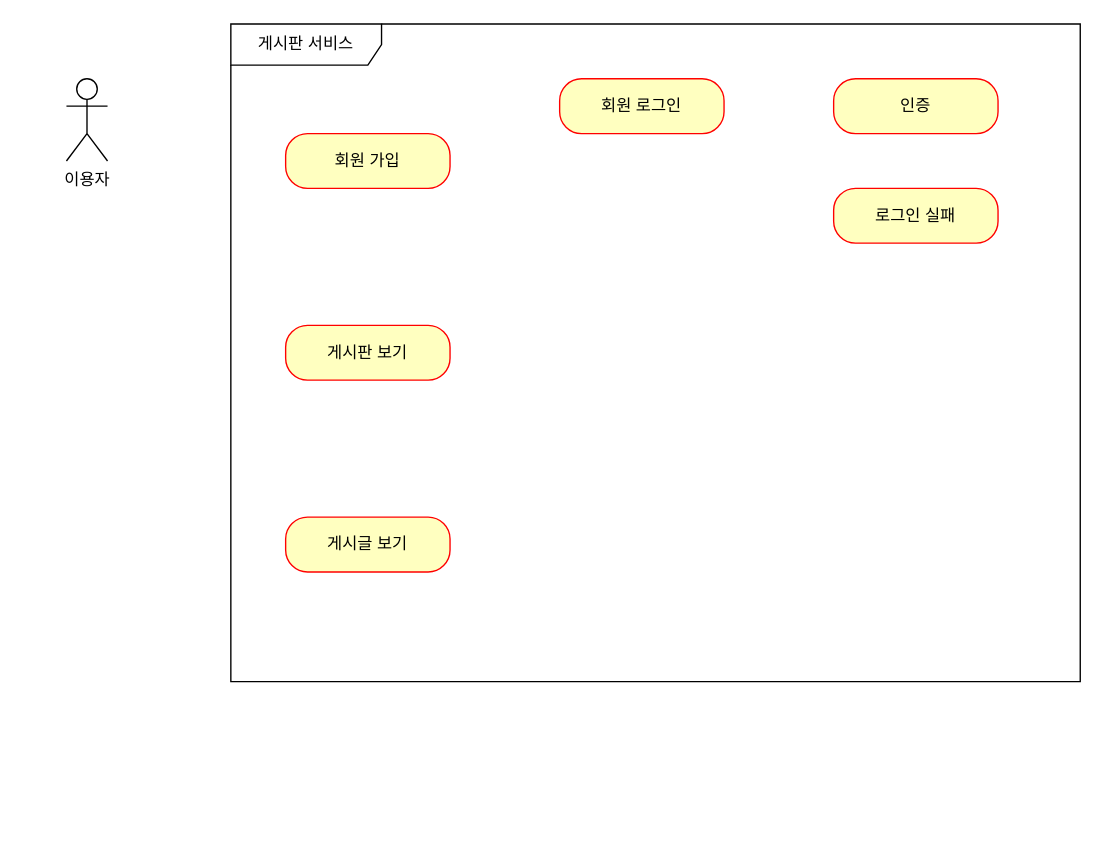
This is document/제목 없는 다이어그램.drawio from pch573/fastcampus-project-board, a draw.io file, before an edit. Source tidied: cells renumbered, new cells numbered last; positions are measured from the earlier drawing's top-left corner, leaving out a move shared by most shapes. Both pictures are drawn from the tidied source at 137%, with x=0, y=0 at pixel (66, 23).
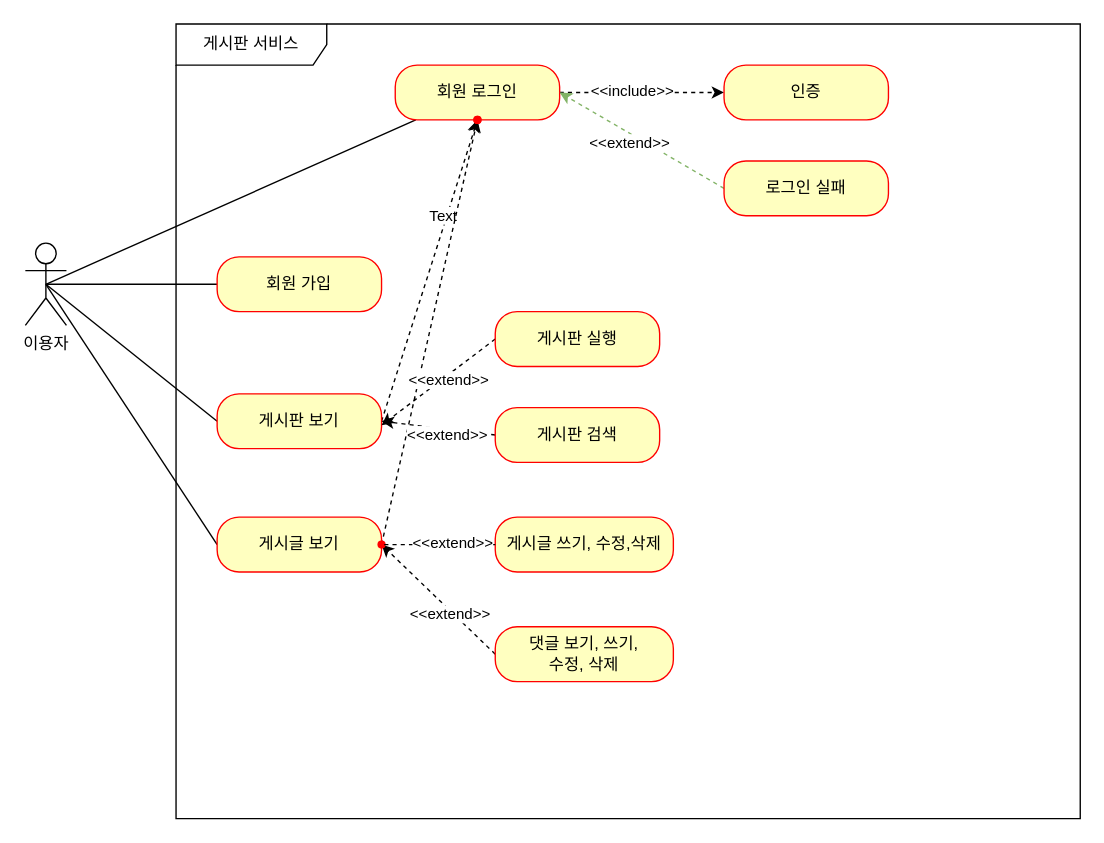
Above is the later version.

Commit message:
제목 없는 다이어그램.drawio 업데이트

What changed in the source:
```diff
@@
     <mxCell id="2" value="이용자" style="shape=umlActor;verticalLabelPosition=bottom;verticalAlign=top;html=1;" parent="1" vertex="1">
-      <mxGeometry y="40" width="30" height="60" as="geometry" />
+      <mxGeometry x="-30" y="160" width="30" height="60" as="geometry" />
     </mxCell>
     <mxCell id="3" value="게시판 서비스" style="shape=umlFrame;whiteSpace=wrap;html=1;width=110;height=30;" parent="1" vertex="1">
-      <mxGeometry x="120" width="620" height="480" as="geometry" />
+      <mxGeometry x="80" width="660" height="580" as="geometry" />
     </mxCell>
+    <mxCell id="10" style="rounded=0;jettySize=auto;html=1;endArrow=none;endFill=0;entryX=0.5;entryY=0.5;entryDx=0;entryDy=0;entryPerimeter=0;" parent="1" edge="1" source="4" target="2">
+      <mxGeometry relative="1" as="geometry" />
+    </mxCell>
     <mxCell id="4" value="회원 가입" style="rounded=1;whiteSpace=wrap;html=1;arcSize=40;fontColor=#000000;fillColor=#ffffc0;strokeColor=#ff0000;" parent="1" vertex="1">
-      <mxGeometry x="160" y="80" width="120" height="40" as="geometry" />
+      <mxGeometry x="110" y="170" width="120" height="40" as="geometry" />
     </mxCell>
+    <mxCell id="11" style="edgeStyle=none;rounded=0;jettySize=auto;html=1;entryX=0.5;entryY=0.5;entryDx=0;entryDy=0;entryPerimeter=0;endArrow=none;endFill=0;exitX=0;exitY=0.5;exitDx=0;exitDy=0;" parent="1" edge="1" source="5" target="2">
+      <mxGeometry relative="1" as="geometry" />
+    </mxCell>
+    <mxCell id="12" style="edgeStyle=none;rounded=0;jettySize=auto;html=1;dashed=1;endArrow=classic;endFill=1;exitX=1;exitY=0.5;exitDx=0;exitDy=0;" parent="1" edge="1" source="5" target="32">
+      <mxGeometry relative="1" as="geometry" />
+    </mxCell>
+    <mxCell id="13" value="Text" style="edgeLabel;html=1;align=center;verticalAlign=middle;" parent="12" vertex="1">
+      <mxGeometry x="0.36" y="3" relative="1" as="geometry" />
+    </mxCell>
     <mxCell id="5" value="게시판 보기" style="rounded=1;whiteSpace=wrap;html=1;arcSize=40;fontColor=#000000;fillColor=#ffffc0;strokeColor=#ff0000;" parent="1" vertex="1">
-      <mxGeometry x="160" y="220" width="120" height="40" as="geometry" />
+      <mxGeometry x="110" y="270" width="120" height="40" as="geometry" />
     </mxCell>
+    <mxCell id="14" style="edgeStyle=none;rounded=0;jettySize=auto;html=1;entryX=0.5;entryY=0.5;entryDx=0;entryDy=0;entryPerimeter=0;endArrow=none;endFill=0;exitX=0;exitY=0.5;exitDx=0;exitDy=0;" parent="1" edge="1" source="6" target="2">
+      <mxGeometry relative="1" as="geometry" />
+    </mxCell>
+    <mxCell id="15" style="edgeStyle=none;rounded=0;jettySize=auto;html=1;dashed=1;endArrow=classic;endFill=1;exitX=1;exitY=0.5;exitDx=0;exitDy=0;" parent="1" edge="1" source="6" target="33">
+      <mxGeometry relative="1" as="geometry" />
+    </mxCell>
     <mxCell id="6" value="게시글 보기" style="rounded=1;whiteSpace=wrap;html=1;arcSize=40;fontColor=#000000;fillColor=#ffffc0;strokeColor=#ff0000;" parent="1" vertex="1">
-      <mxGeometry x="160" y="360" width="120" height="40" as="geometry" />
+      <mxGeometry x="110" y="360" width="120" height="40" as="geometry" />
     </mxCell>
+    <mxCell id="16" style="edgeStyle=none;rounded=0;jettySize=auto;html=1;entryX=0.5;entryY=0.5;entryDx=0;entryDy=0;entryPerimeter=0;endArrow=none;endFill=0;" parent="1" edge="1" source="7" target="2">
+      <mxGeometry relative="1" as="geometry" />
+    </mxCell>
+    <mxCell id="17" style="edgeStyle=none;rounded=0;jettySize=auto;html=1;endArrow=classic;endFill=1;dashed=1;entryX=0;entryY=0.5;entryDx=0;entryDy=0;" parent="1" edge="1" target="8">
+      <mxGeometry relative="1" as="geometry">
+        <mxPoint x="360" y="50" as="sourcePoint" />
+      </mxGeometry>
+    </mxCell>
+    <mxCell id="18" value="&amp;lt;&amp;lt;include&amp;gt;&amp;gt;" style="edgeLabel;html=1;align=center;verticalAlign=middle;" parent="17" vertex="1">
+      <mxGeometry x="-0.45" y="-1" relative="1" as="geometry">
+        <mxPoint x="19" y="-3" as="offset" />
+      </mxGeometry>
+    </mxCell>
     <mxCell id="7" value="회원 로그인" style="rounded=1;whiteSpace=wrap;html=1;arcSize=40;fontColor=#000000;fillColor=#ffffc0;strokeColor=#ff0000;" parent="1" vertex="1">
-      <mxGeometry x="360" y="40" width="120" height="40" as="geometry" />
+      <mxGeometry x="240" y="30" width="120" height="40" as="geometry" />
     </mxCell>
     <mxCell id="8" value="인증" style="rounded=1;whiteSpace=wrap;html=1;arcSize=40;fontColor=#000000;fillColor=#ffffc0;strokeColor=#ff0000;" parent="1" vertex="1">
-      <mxGeometry x="560" y="40" width="120" height="40" as="geometry" />
+      <mxGeometry x="480" y="30" width="120" height="40" as="geometry" />
     </mxCell>
+    <mxCell id="19" style="edgeStyle=none;rounded=0;jettySize=auto;html=1;entryX=1;entryY=0.5;entryDx=0;entryDy=0;endArrow=classic;endFill=1;exitX=0;exitY=0.5;exitDx=0;exitDy=0;dashed=1;fillColor=#d5e8d4;strokeColor=#82b366;" parent="1" edge="1" source="9" target="7">
+      <mxGeometry relative="1" as="geometry" />
+    </mxCell>
+    <mxCell id="20" value="&amp;lt;&amp;lt;extend&amp;gt;&amp;gt;" style="edgeLabel;html=1;align=center;verticalAlign=middle;" parent="19" vertex="1">
+      <mxGeometry x="-0.43" y="3" relative="1" as="geometry">
+        <mxPoint x="-33" y="-16" as="offset" />
+      </mxGeometry>
+    </mxCell>
     <mxCell id="9" value="로그인 실패" style="rounded=1;whiteSpace=wrap;html=1;arcSize=40;fontColor=#000000;fillColor=#ffffc0;strokeColor=#ff0000;" parent="1" vertex="1">
-      <mxGeometry x="560" y="120" width="120" height="40" as="geometry" />
+      <mxGeometry x="480" y="100" width="120" height="40" as="geometry" />
     </mxCell>
+    <mxCell id="21" style="edgeStyle=none;rounded=0;jettySize=auto;html=1;dashed=1;endArrow=classic;endFill=1;exitX=0;exitY=0.5;exitDx=0;exitDy=0;" parent="1" edge="1" source="23">
+      <mxGeometry relative="1" as="geometry">
+        <mxPoint x="230" y="292.9" as="targetPoint" />
+      </mxGeometry>
+    </mxCell>
+    <mxCell id="22" value="&amp;lt;&amp;lt;extend&amp;gt;&amp;gt;" style="edgeLabel;html=1;align=center;verticalAlign=middle;" parent="21" vertex="1">
+      <mxGeometry x="-0.14" y="3" relative="1" as="geometry" />
+    </mxCell>
+    <mxCell id="23" value="게시판 실행" style="rounded=1;whiteSpace=wrap;html=1;arcSize=40;fontColor=#000000;fillColor=#ffffc0;strokeColor=#ff0000;" parent="1" vertex="1">
+      <mxGeometry x="313" y="210" width="120" height="40" as="geometry" />
+    </mxCell>
+    <mxCell id="24" style="edgeStyle=none;rounded=0;jettySize=auto;html=1;dashed=1;endArrow=classic;endFill=1;exitX=0;exitY=0.5;exitDx=0;exitDy=0;" parent="1" edge="1" source="26">
+      <mxGeometry relative="1" as="geometry">
+        <mxPoint x="230" y="290" as="targetPoint" />
+      </mxGeometry>
+    </mxCell>
+    <mxCell id="25" value="&amp;lt;&amp;lt;extend&amp;gt;&amp;gt;" style="edgeLabel;html=1;align=center;verticalAlign=middle;" parent="24" vertex="1">
+      <mxGeometry x="-0.17" y="4" relative="1" as="geometry" />
+    </mxCell>
+    <mxCell id="26" value="게시판 검색" style="rounded=1;whiteSpace=wrap;html=1;arcSize=40;fontColor=#000000;fillColor=#ffffc0;strokeColor=#ff0000;" parent="1" vertex="1">
+      <mxGeometry x="313" y="280" width="120" height="40" as="geometry" />
+    </mxCell>
+    <mxCell id="27" style="edgeStyle=none;rounded=0;jettySize=auto;html=1;dashed=1;endArrow=classic;endFill=1;startArrow=none;" parent="1" edge="1" source="34" target="6">
+      <mxGeometry relative="1" as="geometry" />
+    </mxCell>
+    <mxCell id="28" value="게시글 쓰기, 수정,삭제" style="rounded=1;whiteSpace=wrap;html=1;arcSize=40;fontColor=#000000;fillColor=#ffffc0;strokeColor=#ff0000;" parent="1" vertex="1">
+      <mxGeometry x="313" y="360" width="130" height="40" as="geometry" />
+    </mxCell>
+    <mxCell id="29" style="edgeStyle=none;rounded=0;jettySize=auto;html=1;dashed=1;endArrow=classic;endFill=1;exitX=0;exitY=0.5;exitDx=0;exitDy=0;" parent="1" edge="1" source="31" target="34">
+      <mxGeometry relative="1" as="geometry" />
+    </mxCell>
+    <mxCell id="30" value="&amp;lt;&amp;lt;extend&amp;gt;&amp;gt;" style="edgeLabel;html=1;align=center;verticalAlign=middle;" parent="29" vertex="1">
+      <mxGeometry x="-0.22" y="2" relative="1" as="geometry" />
+    </mxCell>
+    <mxCell id="31" value="댓글 보기, 쓰기, &lt;br&gt;수정,&amp;nbsp;삭제" style="rounded=1;whiteSpace=wrap;html=1;arcSize=40;fontColor=#000000;fillColor=#ffffc0;strokeColor=#ff0000;" parent="1" vertex="1">
+      <mxGeometry x="313" y="440" width="130" height="40" as="geometry" />
+    </mxCell>
+    <mxCell id="32" style="shape=waypoint;sketch=0;size=6;points=[];fillColor=#ffffc0;perimeter=centerPerimeter;snapToPoint=1;strokeColor=#ff0000;fontColor=#000000;rounded=1;arcSize=40;" parent="1" vertex="1">
+      <mxGeometry x="280" y="50" width="40" height="40" as="geometry" />
+    </mxCell>
+    <mxCell id="33" style="shape=waypoint;sketch=0;size=6;points=[];fillColor=#ffffc0;perimeter=centerPerimeter;snapToPoint=1;strokeColor=#ff0000;fontColor=#000000;rounded=1;arcSize=40;" parent="1" vertex="1">
+      <mxGeometry x="280" y="50" width="40" height="40" as="geometry" />
+    </mxCell>
+    <mxCell id="34" style="shape=waypoint;sketch=0;size=6;points=[];fillColor=#ffffc0;perimeter=centerPerimeter;snapToPoint=1;strokeColor=#ff0000;fontColor=#000000;rounded=1;arcSize=40;" parent="1" vertex="1">
+      <mxGeometry x="210" y="360" width="40" height="40" as="geometry" />
+    </mxCell>
+    <mxCell id="35" style="edgeStyle=none;rounded=0;jettySize=auto;html=1;dashed=1;endArrow=none;endFill=1;" parent="1" edge="1" source="28" target="34">
+      <mxGeometry relative="1" as="geometry" />
+    </mxCell>
+    <mxCell id="36" value="&amp;lt;&amp;lt;extend&amp;gt;&amp;gt;" style="edgeLabel;html=1;align=center;verticalAlign=middle;" parent="35" vertex="1">
+      <mxGeometry x="-0.23" y="-2" relative="1" as="geometry" />
+    </mxCell>
```
